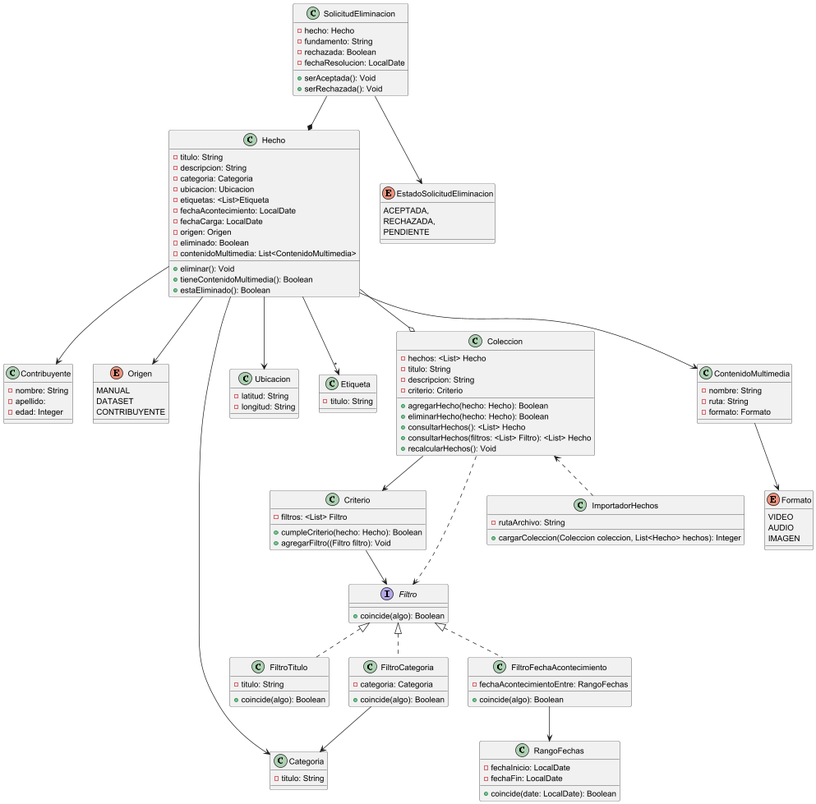
Before: public/DiagramaDeClases-1°Entrega.png, a diagram exported from PlantUML (BrunoRodriguezzz/tp-dsi).
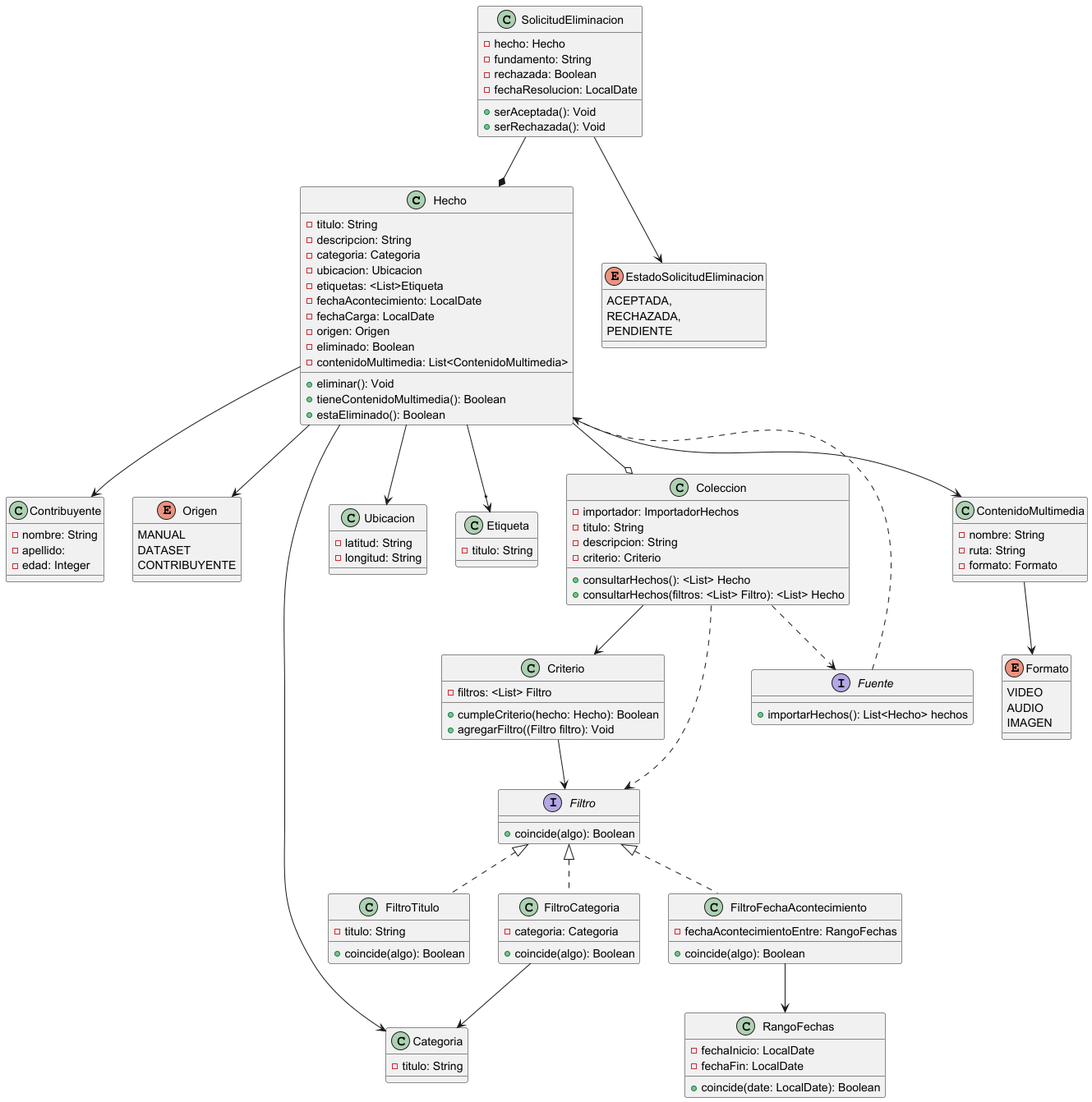
After the commit.

What changed in the source:
```diff
@@ -13,7 +13,8 @@
 Coleccion --> Criterio
 Coleccion ..> Filtro
 
-Coleccion <.. ImportadorHechos
+Coleccion ..> Fuente
+Fuente ..> Hecho
 
 Criterio --> Filtro
 
@@ -66,9 +67,8 @@
     +estaEliminado(): Boolean
 }
 
-class ImportadorHechos {
-    -rutaArchivo: String
-    +cargarColeccion(Coleccion coleccion, List<Hecho> hechos): Integer
+interface Fuente {
+    +importarHechos(): List<Hecho> hechos
 }
 
 class Etiqueta {
@@ -100,15 +100,12 @@
 }
 
 class Coleccion {
-    -hechos: <List> Hecho
+    -importador: ImportadorHechos
     -titulo: String
     -descripcion: String
     -criterio: Criterio
-    +agregarHecho(hecho: Hecho): Boolean
-    +eliminarHecho(hecho: Hecho): Boolean
     +consultarHechos(): <List> Hecho
     +consultarHechos(filtros: <List> Filtro): <List> Hecho
-    +recalcularHechos(): Void
 }
 
 class Criterio{
```
